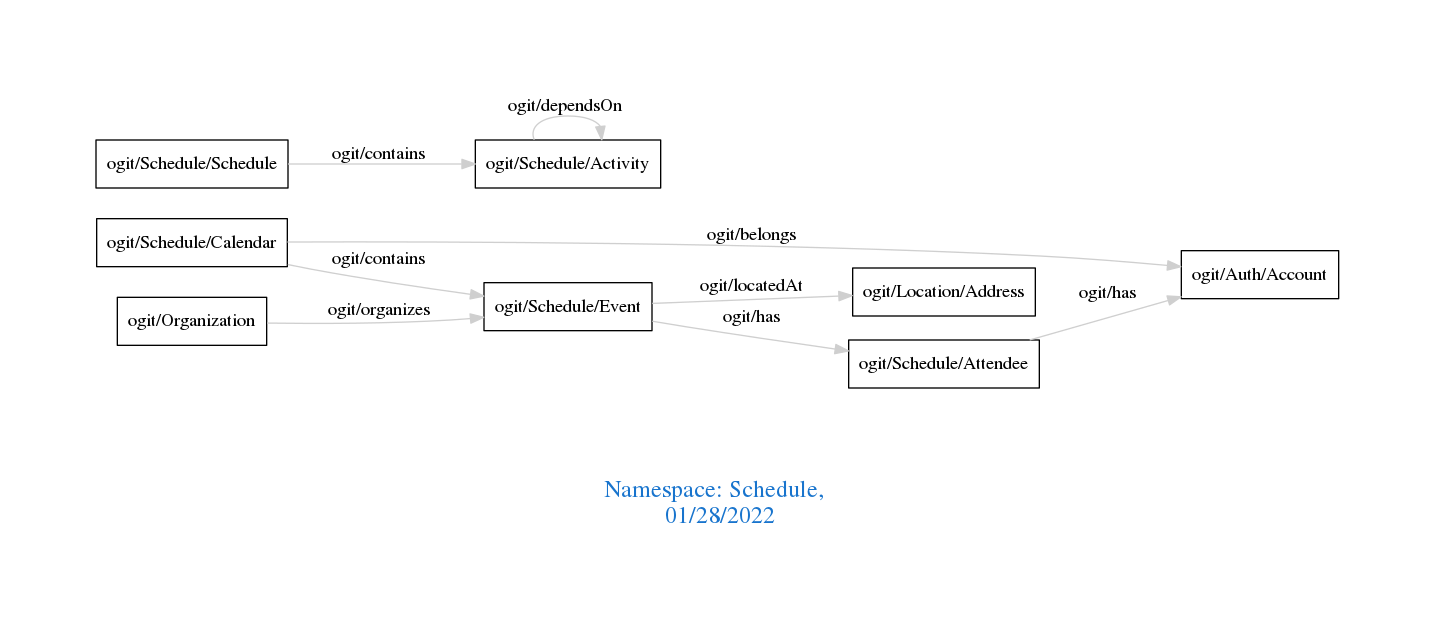
Before: downloads/Schedule.png, a diagram exported from Graphviz (arago/OGIT). Its source is kept beside it as downloads/Schedule.dot.
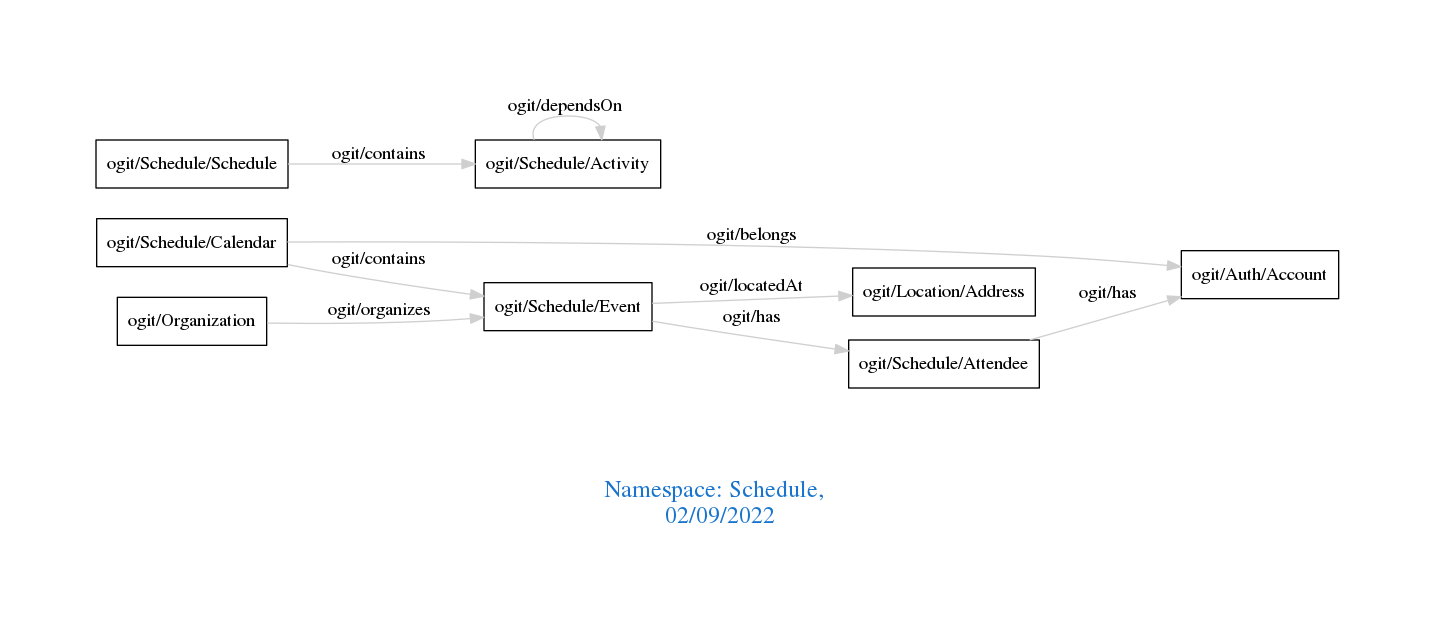
After the commit.

The edit, as a diff of the source:
```diff
@@ -1,7 +1,7 @@
 digraph OGIT_ontology {
  graph [ rankdir= LR,pad=1
 fontsize = 18,
-fontcolor= dodgerblue3,label = "\n\n\nNamespace: Schedule, \n 01/28/2022"];
+fontcolor= dodgerblue3,label = "\n\n\nNamespace: Schedule, \n 02/09/2022"];
 node[shape=polygon];
 edge [  color="gray81"];
 
```
